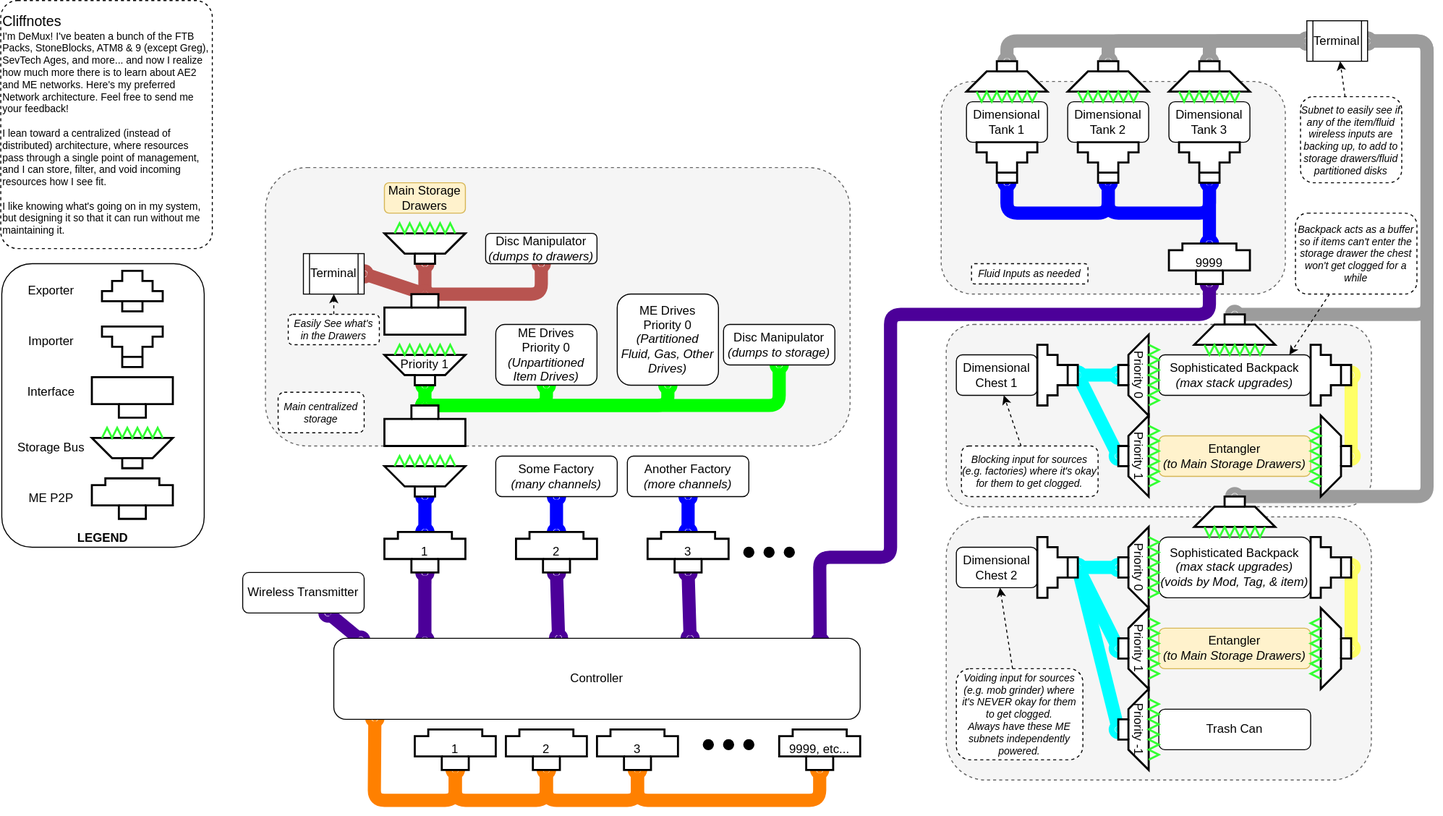
This is AE2NetworkDesignExamples/DeMux's AE2 Network Design.svg from DeMux42/AE2NetworkDesigns, a draw.io export, as it was before one commit. Source tidied: cells renumbered, new cells last; positions are measured from the earlier drawing's top-left corner, leaving out a move shared by most shapes.
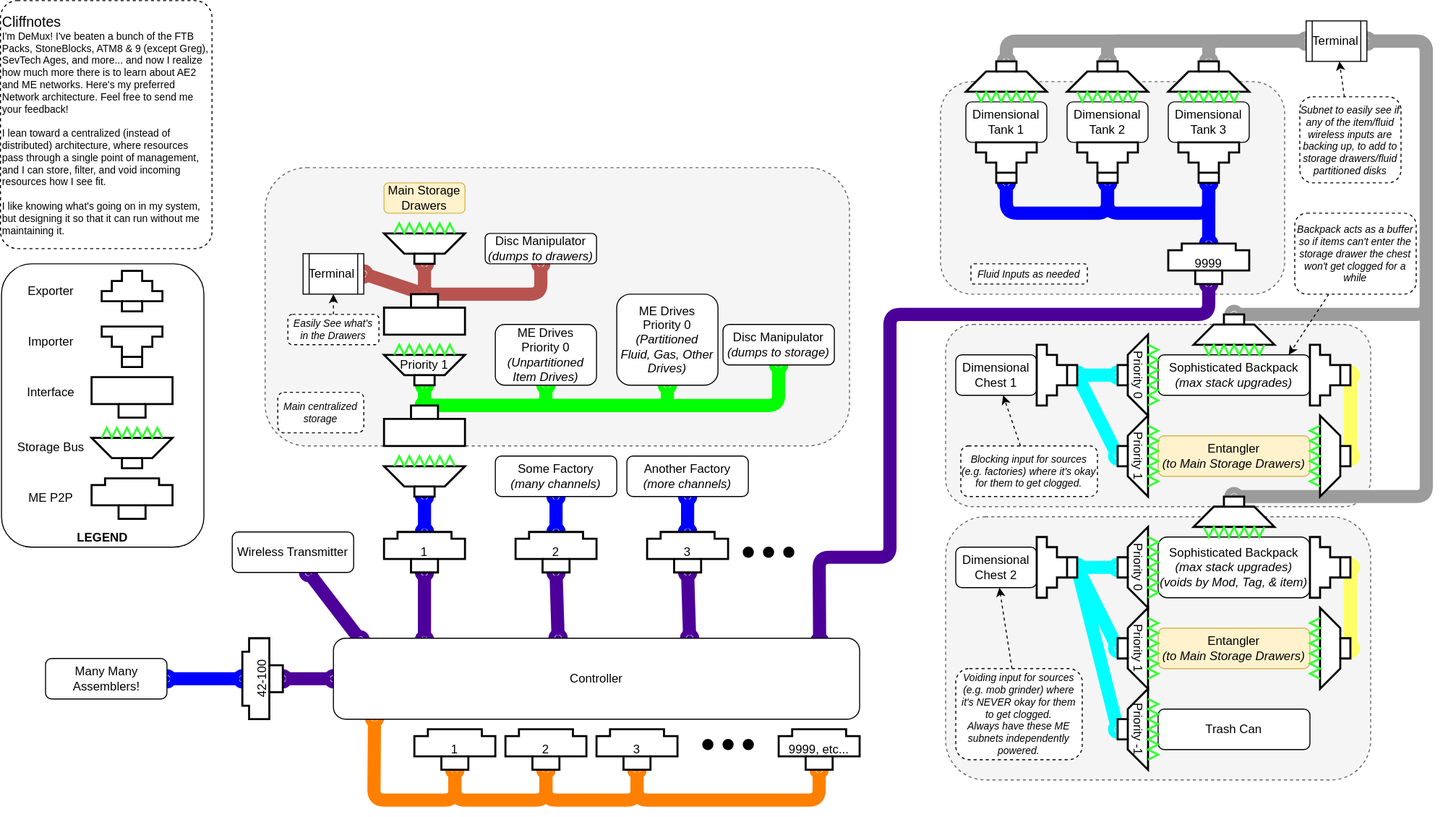
After the commit.

Commit message:
Updated DeMux's design to show assemblers.

Change to the diagram source:
```diff
@@ -159,7 +159,7 @@
       <mxGeometry relative="1" as="geometry" />
     </mxCell>
     <mxCell id="44" value="Wireless Transmitter" style="rounded=1;whiteSpace=wrap;html=1;" parent="1" vertex="1">
-      <mxGeometry x="239" y="565" width="120" height="40" as="geometry" />
+      <mxGeometry x="229" y="525" width="120" height="40" as="geometry" />
     </mxCell>
     <mxCell id="45" style="shape=(stored shape, 416 characters);whiteSpace=wrap;html=1;strokeWidth=2;rotation=0;" parent="1" vertex="1">
       <mxGeometry x="379" y="220" width="80" height="40" as="geometry" />
@@ -435,14 +435,26 @@
     <mxCell id="119" style="shape=(stored shape, 312 characters);whiteSpace=wrap;html=1;strokeWidth=2;rotation=-180;" parent="1" vertex="1">
       <mxGeometry x="379" y="290" width="80" height="40" as="geometry" />
     </mxCell>
-    <mxCell id="120" value="Controller" style="rounded=1;whiteSpace=wrap;html=1;" parent="1" vertex="1">
-      <mxGeometry x="329" y="630" width="520" height="80" as="geometry" />
-    </mxCell>
     <mxCell id="121" value="&lt;div style=&quot;&quot;&gt;&lt;span style=&quot;font-size: 14px; background-color: initial;&quot;&gt;Cliffnotes&lt;/span&gt;&lt;/div&gt;&lt;div&gt;I'm DeMux! I've beaten a bunch of the FTB Packs, StoneBlocks, ATM8 &amp;amp; 9 (except Greg), SevTech Ages, and more... and now I realize how much more there is to learn about AE2 and ME networks. Here's my preferred Network architecture. Feel free to send me your feedback!&lt;br&gt;&lt;br&gt;I lean toward a centralized (instead of distributed) architecture, where resources pass through a single point of management, and I can store, filter, and void incoming resources how I see fit.&lt;br&gt;&lt;br&gt;I like knowing what's going on in my system, but designing it so that it can run without me maintaining it.&amp;nbsp;&lt;/div&gt;" style="rounded=1;whiteSpace=wrap;html=1;dashed=1;fontSize=10;align=left;arcSize=8;" parent="1" vertex="1">
       <mxGeometry width="209" height="245" as="geometry" />
     </mxCell>
     <mxCell id="122" style="endArrow=classic;html=1;rounded=0;dashed=1;" parent="1" edge="1" source="77" target="60">
       <mxGeometry relative="1" as="geometry" />
     </mxCell>
+    <mxCell id="123" style="endArrow=oval;html=1;rounded=1;strokeWidth=13;curved=0;strokeColor=#0000FF;exitX=0.5;exitY=0;exitDx=0;exitDy=0;exitPerimeter=0;startArrow=oval;startFill=1;endFill=1;" parent="1" edge="1" source="126" target="124">
+      <mxGeometry relative="1" as="geometry" />
+    </mxCell>
+    <mxCell id="124" value="Many Many Assemblers!" style="rounded=1;whiteSpace=wrap;html=1;" parent="1" vertex="1">
+      <mxGeometry x="44.5" y="650" width="120" height="40" as="geometry" />
+    </mxCell>
+    <mxCell id="125" style="endArrow=oval;html=1;rounded=1;strokeWidth=13;curved=0;strokeColor=#4C0099;exitX=0.5;exitY=1;exitDx=0;exitDy=0;exitPerimeter=0;startArrow=oval;startFill=1;endFill=1;entryX=0;entryY=0.5;entryDx=0;entryDy=0;" parent="1" edge="1" source="126" target="120">
+      <mxGeometry relative="1" as="geometry" />
+    </mxCell>
+    <mxCell id="126" value="42-100" style="shape=(stored shape, 328 characters);whiteSpace=wrap;html=1;strokeWidth=2;rotation=-90;" parent="1" vertex="1">
+      <mxGeometry x="219" y="650" width="80" height="40" as="geometry" />
+    </mxCell>
+    <mxCell id="120" value="Controller" style="rounded=1;whiteSpace=wrap;html=1;" parent="1" vertex="1">
+      <mxGeometry x="329" y="630" width="520" height="80" as="geometry" />
+    </mxCell>
   </root>
 </mxGraphModel>
```
